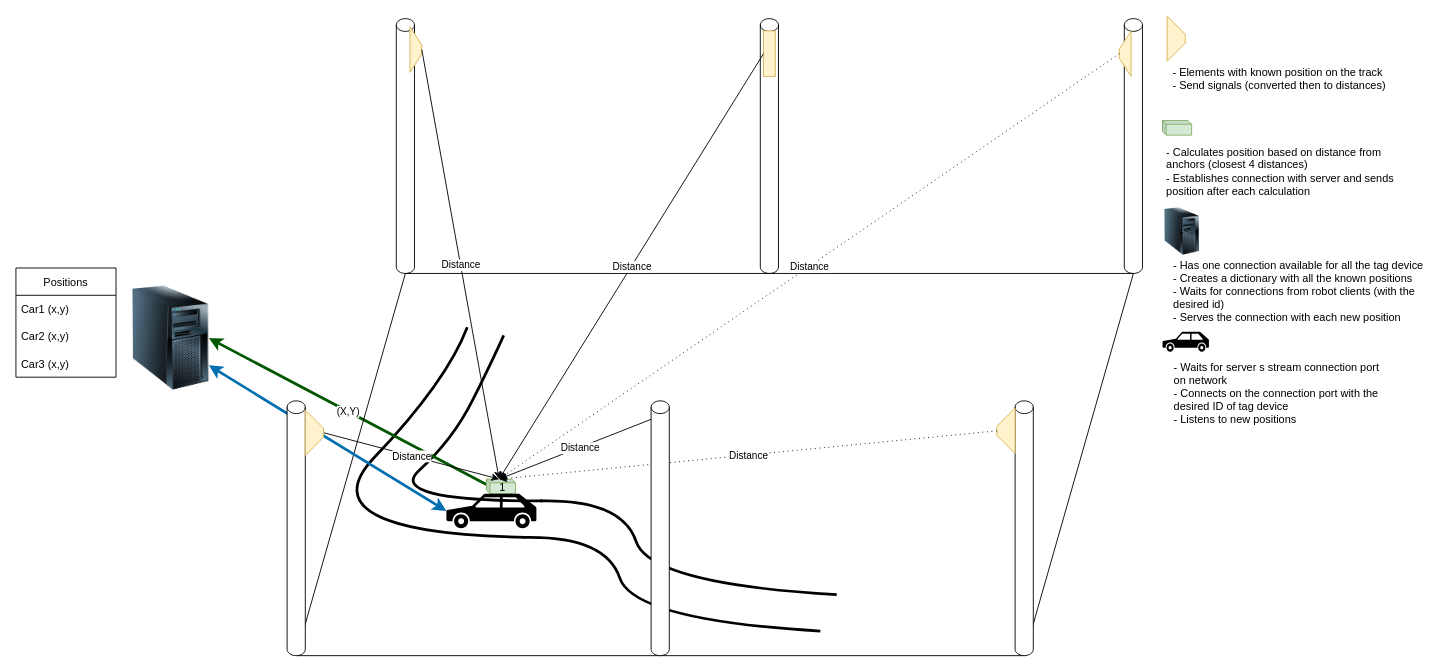
ECC-BFMC/Documentation keeps this draw.io diagram as source/images/Localisation_system.drawio. Above is the earlier version. Source tidied: cells renumbered, new cells numbered last; positions are measured from the earlier drawing's top-left corner, leaving out a move shared by most shapes. Both pictures are drawn from the tidied source at 91%, with x=0, y=0 at pixel (15, 18).
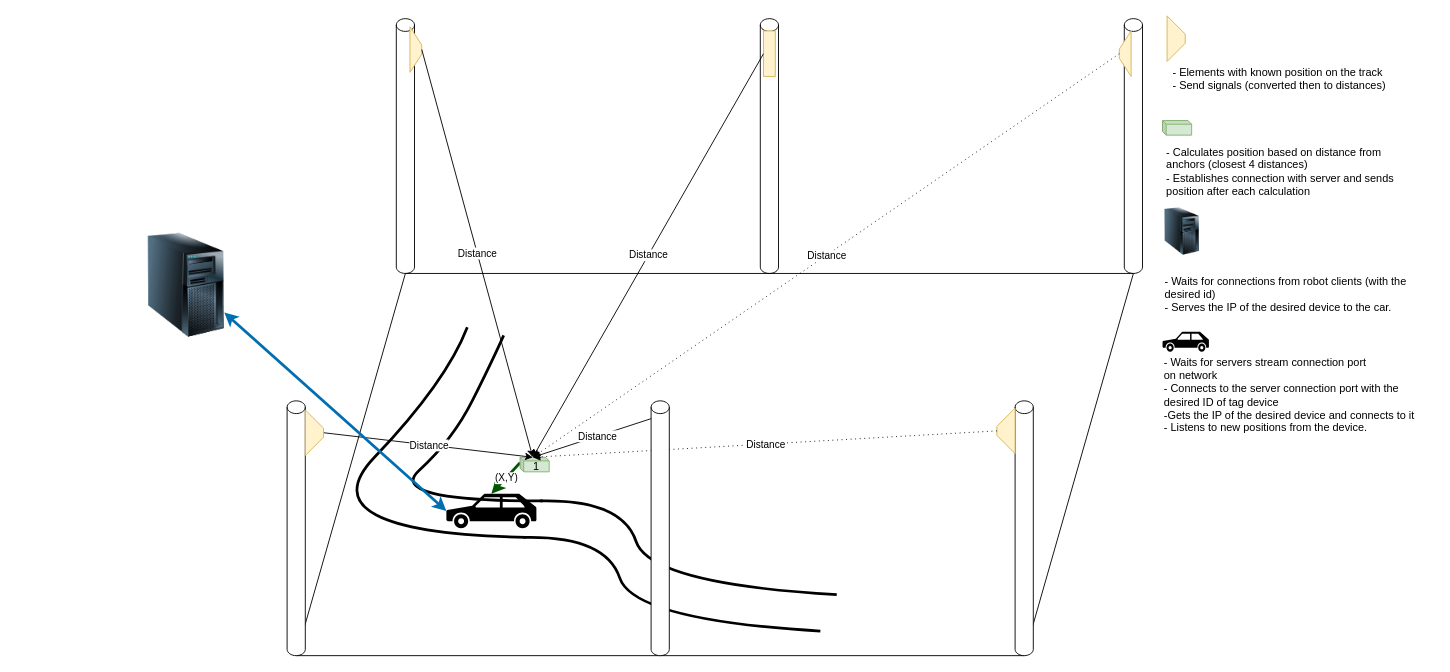
The same diagram, later.

Unchanged cells that the change refers to:
```xml
<mxCell id="42" style="shape=mxgraph.signs.transportation.car_3;html=1;fillColor=#000000;strokeColor=none;verticalLabelPosition=bottom;verticalAlign=top;align=center;" parent="1" vertex="1">
  <mxGeometry x="473" y="522" width="99" height="38" as="geometry" />
</mxCell>
```

Change to the diagram source:
```diff
@@
-    <mxCell id="6" style="endArrow=classic;html=1;rounded=0;exitX=0;exitY=0;exitDx=0;exitDy=6;exitPerimeter=0;entryX=1;entryY=0.5;entryDx=0;entryDy=0;fillColor=#008a00;strokeColor=#005700;strokeWidth=3;" parent="1" edge="1" source="20" target="21">
+    <mxCell id="6" style="endArrow=classic;html=1;rounded=0;exitX=0;exitY=0;exitDx=0;exitDy=6;exitPerimeter=0;entryX=0.5;entryY=0;entryDx=0;entryDy=0;fillColor=#008a00;strokeColor=#005700;strokeWidth=3;entryPerimeter=0;" parent="1" edge="1" source="20" target="42">
       <mxGeometry relative="1" as="geometry" />
     </mxCell>
@@
     <mxCell id="20" value="1" style="shape=cube;whiteSpace=wrap;html=1;boundedLbl=1;backgroundOutline=1;darkOpacity=0.05;darkOpacity2=0.1;size=4;fillColor=#d5e8d4;strokeColor=#82b366;" parent="1" vertex="1">
-      <mxGeometry x="517" y="506" width="32" height="16" as="geometry" />
+      <mxGeometry x="554" y="482" width="32" height="16" as="geometry" />
     </mxCell>
     <mxCell id="21" style="image;html=1;image=img/lib/clip_art/computers/Server_Tower_128x128.png;" parent="1" vertex="1">
-      <mxGeometry x="128" y="291" width="84" height="120" as="geometry" />
+      <mxGeometry x="145" y="233" width="84" height="120" as="geometry" />
     </mxCell>
@@
-    <mxCell id="35" value="Positions" style="swimlane;fontStyle=0;horizontal=1;startSize=30;" parent="1" vertex="1">
-      <mxGeometry y="274" width="110" height="120" as="geometry" />
-    </mxCell>
-    <mxCell id="36" value="Car1 (x,y)" style="text;strokeColor=none;fillColor=none;align=left;verticalAlign=middle;spacingLeft=4;spacingRight=4;overflow=hidden;" parent="35" vertex="1">
-      <mxGeometry y="30" width="110" height="30" as="geometry" />
-    </mxCell>
-    <mxCell id="37" value="Car2 (x,y)" style="text;strokeColor=none;fillColor=none;align=left;verticalAlign=middle;spacingLeft=4;spacingRight=4;overflow=hidden;" parent="35" vertex="1">
-      <mxGeometry y="60" width="110" height="30" as="geometry" />
-    </mxCell>
-    <mxCell id="38" value="Car3 (x,y)" style="text;strokeColor=none;fillColor=none;align=left;verticalAlign=middle;spacingLeft=4;spacingRight=4;overflow=hidden;" parent="35" vertex="1">
-      <mxGeometry y="90" width="110" height="30" as="geometry" />
-    </mxCell>
@@
-    <mxCell id="48" value="&lt;div align=&quot;justify&quot;&gt;- Has one connection available for all the tag device&lt;/div&gt;&lt;div align=&quot;justify&quot;&gt;- Creates a dictionary with all the known positions&lt;/div&gt;&lt;div align=&quot;justify&quot;&gt;- Waits for connections from robot clients (with the &lt;br&gt;&lt;/div&gt;&lt;div align=&quot;justify&quot;&gt;desired id)&lt;/div&gt;&lt;div align=&quot;justify&quot;&gt;- Serves the connection with each new position&lt;br&gt;&lt;/div&gt;" style="text;html=1;align=center;verticalAlign=middle;strokeColor=none;fillColor=none;" parent="1" vertex="1">
-      <mxGeometry x="1260" y="258" width="298" height="84" as="geometry" />
+    <mxCell id="48" value="- Waits for connections from robot clients (with the &lt;br&gt;&lt;div align=&quot;justify&quot;&gt;desired id)&lt;/div&gt;&lt;div align=&quot;justify&quot;&gt;- Serves the IP of the desired device to the car.&lt;br&gt;&lt;/div&gt;" style="text;html=1;align=center;verticalAlign=middle;strokeColor=none;fillColor=none;" parent="1" vertex="1">
+      <mxGeometry x="1250" y="275" width="290" height="55" as="geometry" />
     </mxCell>
@@
-    <mxCell id="50" value="&lt;div align=&quot;justify&quot;&gt;- Waits for server s stream connection port &lt;br&gt;&lt;/div&gt;&lt;div align=&quot;justify&quot;&gt;on network&lt;/div&gt;&lt;div align=&quot;justify&quot;&gt;- Connects on the connection port with the &lt;br&gt;&lt;/div&gt;&lt;div align=&quot;justify&quot;&gt;desired ID of tag device&lt;/div&gt;&lt;div align=&quot;justify&quot;&gt;- Listens to new positions&lt;br&gt;&lt;/div&gt;" style="text;html=1;align=center;verticalAlign=middle;strokeColor=none;fillColor=none;" parent="1" vertex="1">
-      <mxGeometry x="1260" y="370" width="249" height="84" as="geometry" />
+    <mxCell id="50" value="&lt;div align=&quot;justify&quot;&gt;- Waits for servers stream connection port &lt;br&gt;&lt;/div&gt;&lt;div align=&quot;justify&quot;&gt;on network&lt;/div&gt;&lt;div align=&quot;justify&quot;&gt;- Connects to the server connection port with the &lt;br&gt;&lt;/div&gt;&lt;div align=&quot;justify&quot;&gt;desired ID of tag device&lt;/div&gt;&lt;div align=&quot;justify&quot;&gt;-Gets the IP of the desired device and connects to it&lt;br&gt;&lt;/div&gt;&lt;div align=&quot;justify&quot;&gt;- Listens to new positions from the device.&lt;br&gt;&lt;/div&gt;" style="text;html=1;align=center;verticalAlign=middle;strokeColor=none;fillColor=none;" parent="1" vertex="1">
+      <mxGeometry x="1250" y="365" width="297" height="98" as="geometry" />
     </mxCell>
```
